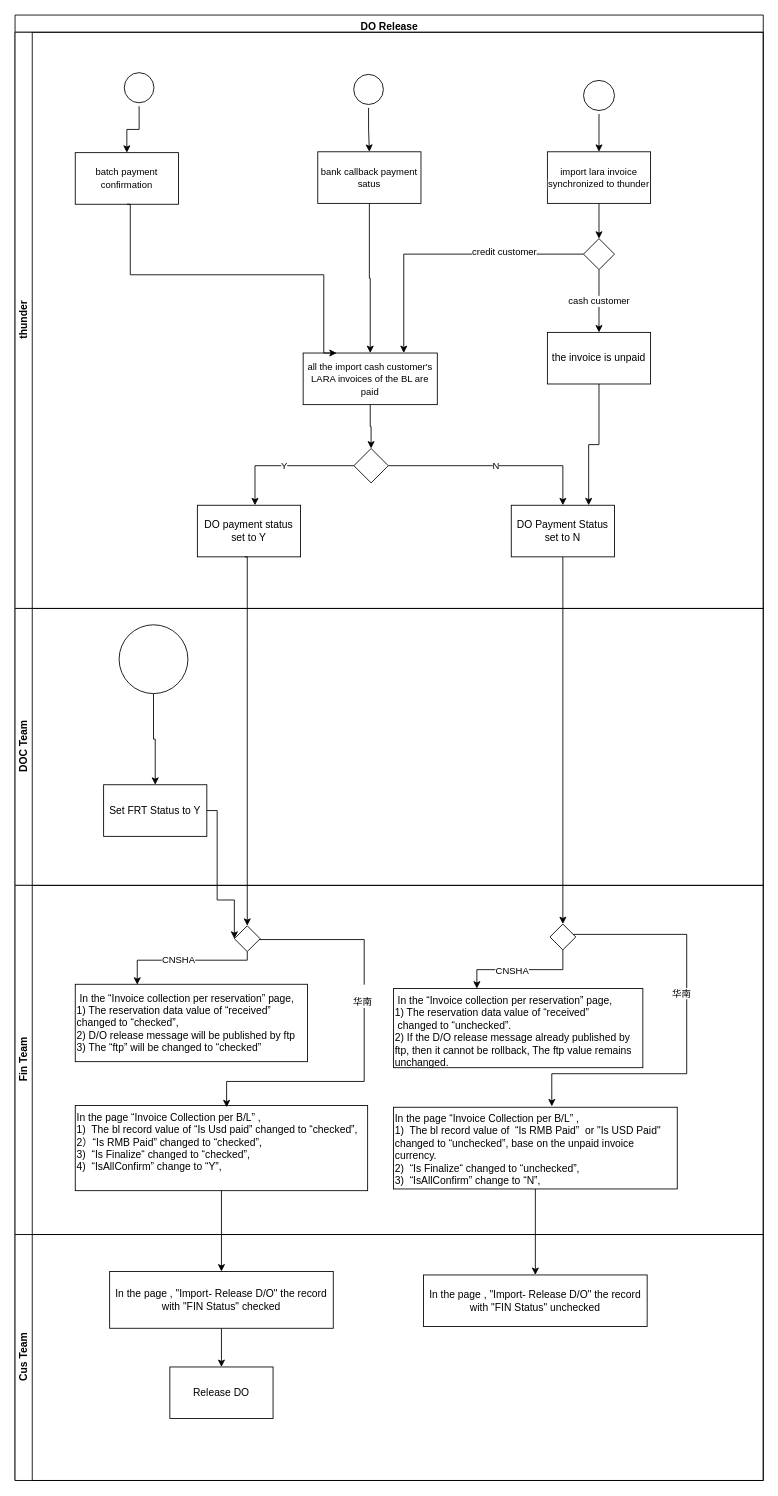
The draw.io diagram do release.drawio in yi2003/diagram, before the edit. Source tidied: cells renumbered, new cells numbered last; positions are measured from the earlier drawing's top-left corner, leaving out a move shared by most shapes. Both pictures are drawn from the tidied source at 86%, with x=0, y=0 at pixel (15, 15).
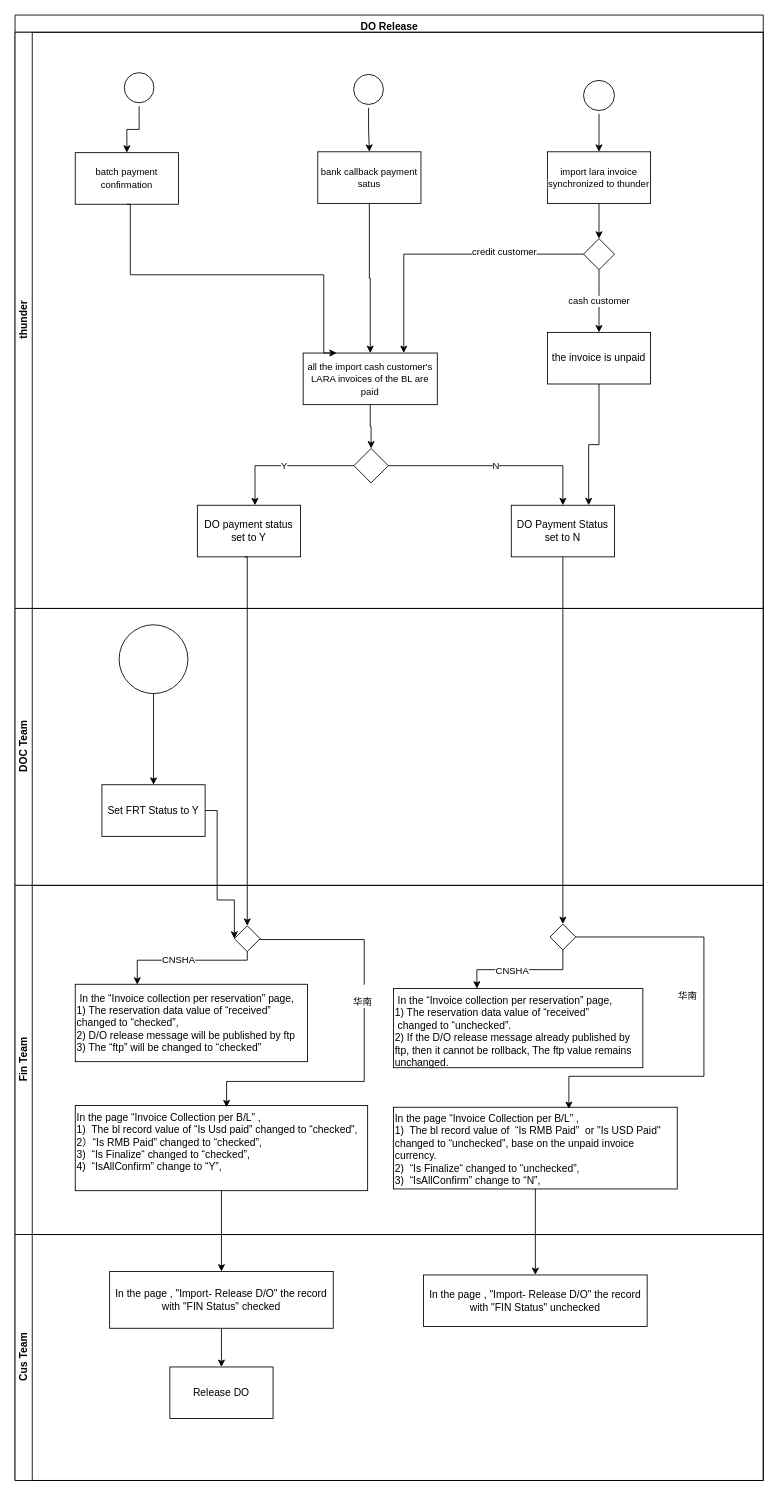
The same diagram, later.

Unchanged cells that the change refers to:
```xml
<mxCell id="26" value="DOC Team" style="swimlane;startSize=20;horizontal=0;html=1;" parent="2" vertex="1">
  <mxGeometry y="690" width="870" height="322" as="geometry" />
</mxCell>
<mxCell id="30" value="Fin Team" style="swimlane;startSize=20;horizontal=0;html=1;" parent="2" vertex="1">
  <mxGeometry y="1012" width="870" height="406" as="geometry" />
</mxCell>
<mxCell id="42" style="rhombus;whiteSpace=wrap;html=1;fillColor=none;strokeColor=default;fontColor=none;" parent="30" vertex="1">
  <mxGeometry x="622" y="45" width="30" height="30" as="geometry" />
</mxCell>
<mxCell id="43" value="&lt;span lang=&quot;EN-US&quot;&gt;In the page “Invoice Collection per B/L” ,&lt;br&gt;1)&amp;nbsp; The bl record value of&amp;nbsp; “Is RMB Paid”&amp;nbsp; or &quot;Is USD Paid&quot; changed to “unchecked”, base on the unpaid invoice currency.&lt;br&gt;2)&amp;nbsp; “Is Finalize&lt;/span&gt;“&amp;nbsp;&lt;span lang=&quot;EN-US&quot;&gt;changed to “unchecked”,&lt;br&gt;3)&amp;nbsp; “IsAllConfirm” change to “N”,&lt;/span&gt;" style="rounded=0;whiteSpace=wrap;html=1;strokeColor=default;fontColor=none;fillColor=none;align=left;verticalAlign=top;" parent="30" vertex="1">
  <mxGeometry x="440" y="258" width="330" height="95" as="geometry" />
</mxCell>
```

Diff of the diagram source:
```diff
@@
     <mxCell id="27" value="Set FRT Status to Y" style="rounded=0;whiteSpace=wrap;html=1;" parent="26" vertex="1">
-      <mxGeometry x="103" y="205" width="120" height="60" as="geometry" />
+      <mxGeometry x="101" y="205" width="120" height="60" as="geometry" />
     </mxCell>
@@
-    <mxCell id="40" style="edgeStyle=orthogonalEdgeStyle;rounded=0;jettySize=auto;html=1;fontColor=none;entryX=0.558;entryY=-0.011;entryDx=0;entryDy=0;entryPerimeter=0;" parent="30" edge="1" source="42" target="43">
+    <mxCell id="40" style="edgeStyle=orthogonalEdgeStyle;rounded=0;jettySize=auto;html=1;fontColor=none;entryX=0.558;entryY=-0.011;entryDx=0;entryDy=0;entryPerimeter=0;exitX=1;exitY=0.5;exitDx=0;exitDy=0;" parent="30" edge="1" source="42">
       <mxGeometry relative="1" as="geometry">
+        <mxPoint x="644" y="260" as="targetPoint" />
         <Array as="points">
-          <mxPoint x="781" y="57" />
-          <mxPoint x="781" y="219" />
-          <mxPoint x="624" y="219" />
+          <mxPoint x="801" y="60" />
+          <mxPoint x="801" y="222" />
+          <mxPoint x="644" y="222" />
         </Array>
       </mxGeometry>
     </mxCell>
```
